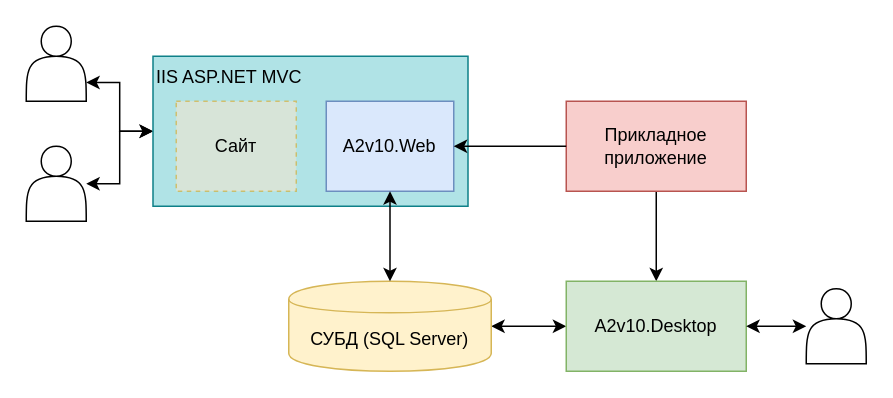
Earlier version of the draw.io diagram Docs/Diagram1.drawio (alex-kukhtin/A2v10.Tutorial). Source tidied: cells renumbered, new cells numbered last; positions are measured from the earlier drawing's top-left corner, leaving out a move shared by most shapes. Both pictures are drawn from the tidied source at 150%, with x=0, y=0 at pixel (26, 26).
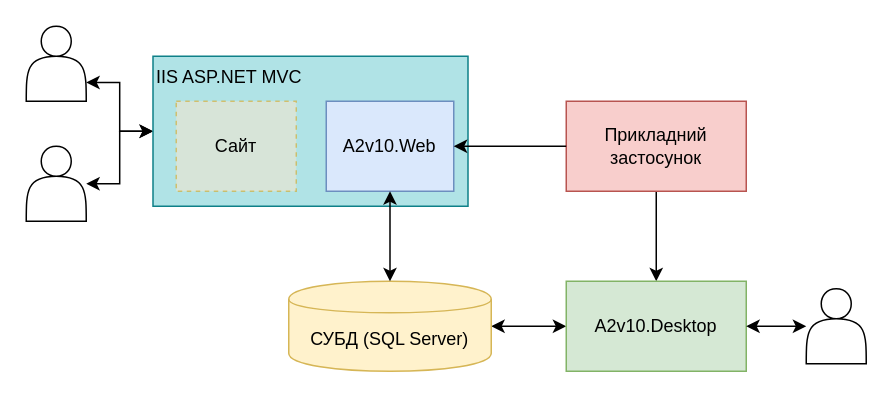
The same page after the edit.

Change to the diagram source:
```diff
@@
 <mxGraphModel>
   <root>
     <mxCell id="0" />
     <mxCell id="1" parent="0" />
     <mxCell id="2" style="edgeStyle=orthogonalEdgeStyle;rounded=0;jettySize=auto;html=1;entryX=0;entryY=0.5;entryDx=0;entryDy=0;startArrow=classic;startFill=1;" parent="1" edge="1" source="3" target="12">
       <mxGeometry relative="1" as="geometry" />
     </mxCell>
     <mxCell id="3" value="СУБД (SQL Server)" style="shape=cylinder;whiteSpace=wrap;html=1;boundedLbl=1;backgroundOutline=1;fillColor=#fff2cc;strokeColor=#d6b656;" parent="1" vertex="1">
       <mxGeometry x="175" y="170" width="135" height="60" as="geometry" />
     </mxCell>
     <mxCell id="4" style="edgeStyle=orthogonalEdgeStyle;rounded=0;jettySize=auto;html=1;exitX=0.5;exitY=1;exitDx=0;exitDy=0;startArrow=none;startFill=0;" parent="1" edge="1" source="5" target="12">
       <mxGeometry relative="1" as="geometry" />
     </mxCell>
-    <mxCell id="5" value="Прикладное&lt;br&gt;приложение" style="rounded=0;whiteSpace=wrap;html=1;align=center;fillColor=#f8cecc;strokeColor=#b85450;" parent="1" vertex="1">
+    <mxCell id="5" value="Прикладний&lt;br&gt;застосунок" style="rounded=0;whiteSpace=wrap;html=1;align=center;fillColor=#f8cecc;strokeColor=#b85450;" parent="1" vertex="1">
       <mxGeometry x="360" y="50" width="120" height="60" as="geometry" />
     </mxCell>
     <mxCell id="6" style="shape=actor;whiteSpace=wrap;html=1;align=center;" parent="1" vertex="1">
       <mxGeometry width="40" height="50" as="geometry" />
     </mxCell>
     <mxCell id="7" style="edgeStyle=orthogonalEdgeStyle;rounded=0;jettySize=auto;html=1;entryX=1;entryY=0.75;entryDx=0;entryDy=0;startArrow=classic;startFill=1;" parent="1" edge="1" source="9" target="6">
       <mxGeometry relative="1" as="geometry" />
     </mxCell>
     <mxCell id="8" style="edgeStyle=orthogonalEdgeStyle;rounded=0;jettySize=auto;html=1;startArrow=classic;startFill=1;" parent="1" edge="1" source="9" target="14">
       <mxGeometry relative="1" as="geometry" />
     </mxCell>
     <mxCell id="9" value="&lt;div style=&quot;text-align: left&quot;&gt;&lt;span&gt;IIS ASP.NET MVC&lt;/span&gt;&lt;/div&gt;" style="rounded=0;whiteSpace=wrap;html=1;align=left;verticalAlign=top;fillColor=#b0e3e6;strokeColor=#0e8088;" parent="1" vertex="1">
       <mxGeometry x="84.5" y="20" width="210" height="100" as="geometry" />
     </mxCell>
     <mxCell id="10" value="A2v10.Web" style="rounded=0;whiteSpace=wrap;html=1;align=center;fillColor=#dae8fc;strokeColor=#6c8ebf;" parent="1" vertex="1">
       <mxGeometry x="200" y="50" width="85" height="60" as="geometry" />
     </mxCell>
     <mxCell id="11" style="endArrow=classic;startArrow=classic;html=1;" parent="1" edge="1" source="3" target="10">
       <mxGeometry relative="1" as="geometry" />
     </mxCell>
     <mxCell id="12" value="A2v10.Desktop" style="rounded=0;whiteSpace=wrap;html=1;align=center;fillColor=#d5e8d4;strokeColor=#82b366;" parent="1" vertex="1">
       <mxGeometry x="360" y="170" width="120" height="60" as="geometry" />
     </mxCell>
     <mxCell id="13" style="endArrow=classic;html=1;exitX=0;exitY=0.5;exitDx=0;exitDy=0;" parent="1" edge="1" source="5" target="10">
       <mxGeometry relative="1" as="geometry" />
     </mxCell>
     <mxCell id="14" style="shape=actor;whiteSpace=wrap;html=1;align=center;" parent="1" vertex="1">
       <mxGeometry y="80" width="40" height="50" as="geometry" />
     </mxCell>
     <mxCell id="15" style="edgeStyle=orthogonalEdgeStyle;rounded=0;jettySize=auto;html=1;entryX=1;entryY=0.5;entryDx=0;entryDy=0;startArrow=classic;startFill=1;" parent="1" edge="1" source="16" target="12">
       <mxGeometry relative="1" as="geometry" />
     </mxCell>
     <mxCell id="16" style="shape=actor;whiteSpace=wrap;html=1;align=center;" parent="1" vertex="1">
       <mxGeometry x="520" y="175" width="40" height="50" as="geometry" />
     </mxCell>
     <mxCell id="17" value="Сайт" style="rounded=0;whiteSpace=wrap;html=1;align=center;fillColor=#ffe6cc;strokeColor=#d79b00;dashed=1;shadow=0;glass=0;comic=0;opacity=50;" parent="1" vertex="1">
       <mxGeometry x="100" y="50" width="80" height="60" as="geometry" />
     </mxCell>
   </root>
 </mxGraphModel>
```
